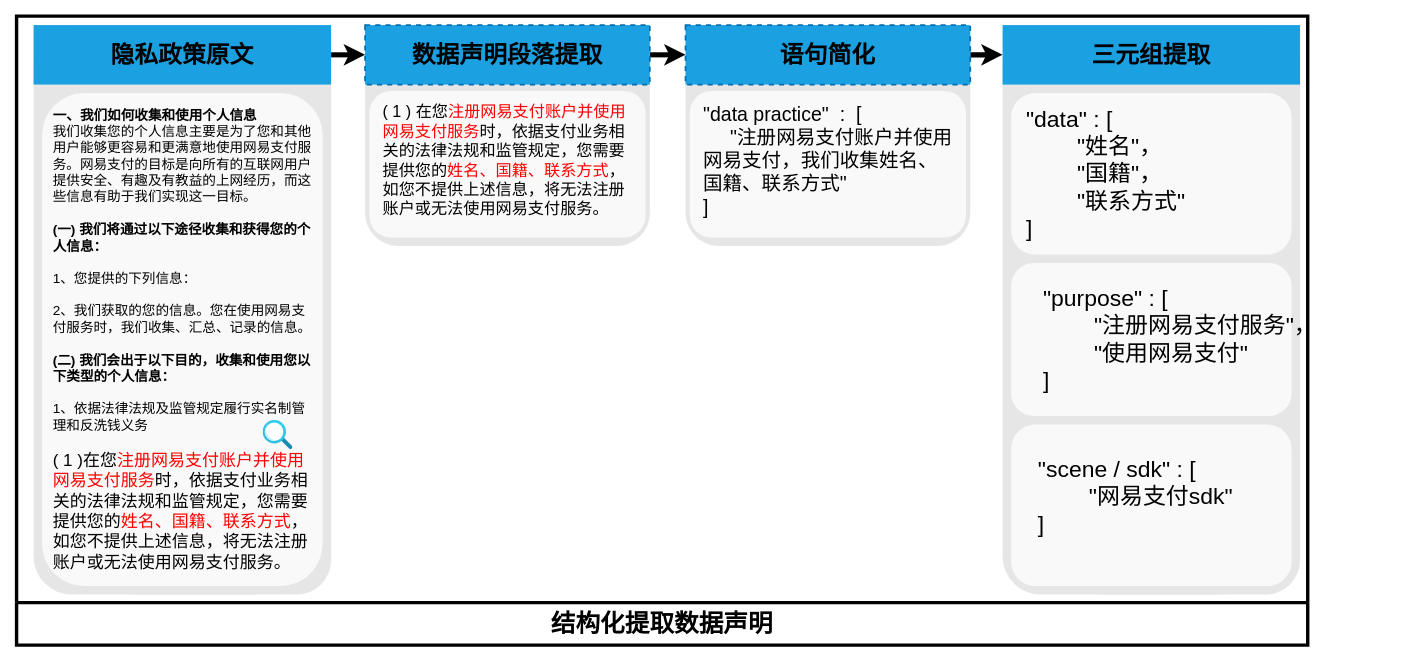
Before: 未命名绘图.drawio in milaLIAN/iodraw-files, a draw.io diagram. Source tidied: cells renumbered, new cells numbered last; positions are measured from the earlier drawing's top-left corner, leaving out a move shared by most shapes. Both pictures are drawn from the tidied source at 85%, with x=0, y=0 at pixel (16, 16).
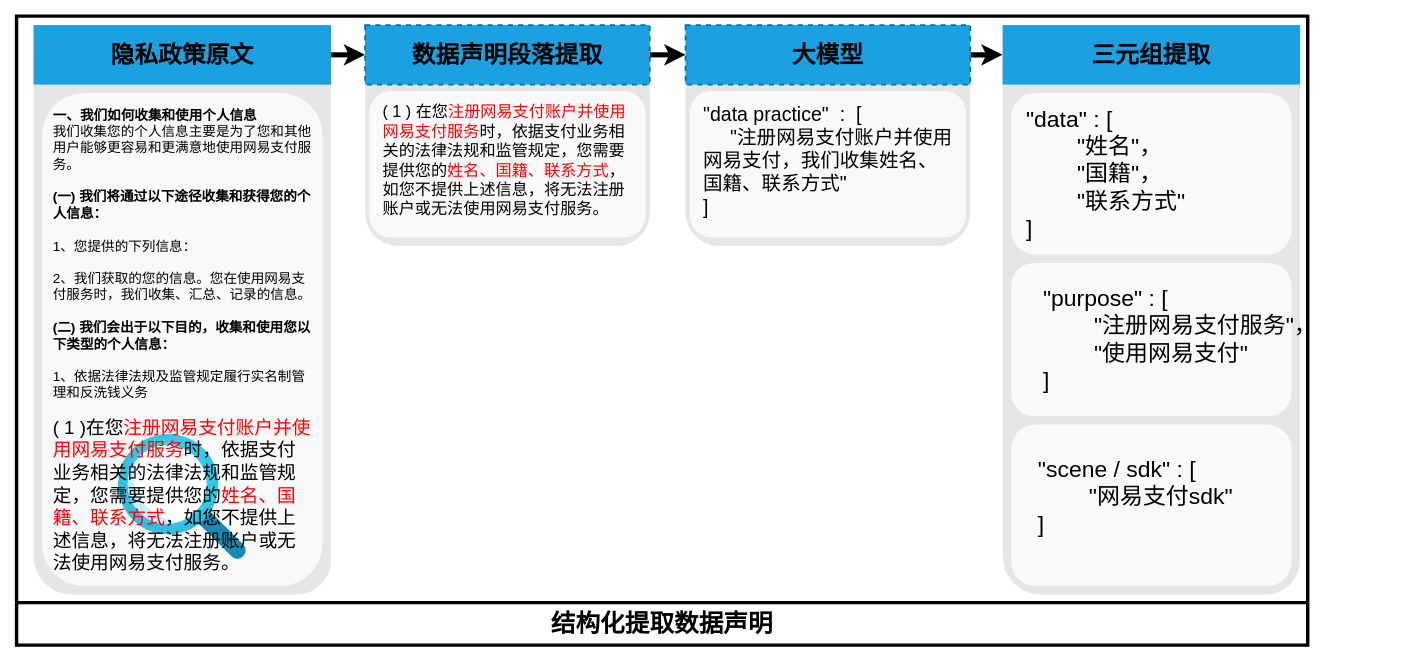
Above is the later version.

Commit message:
更新未命名绘图.drawio

Unchanged cells that the change refers to:
```xml
<mxCell id="27" value="&lt;font style=&quot;font-size: 29px;&quot;&gt;结构化提取数据声明&lt;/font&gt;" style="swimlane;whiteSpace=wrap;html=1;startSize=50;direction=west;strokeWidth=4;" parent="1" vertex="1">
  <mxGeometry y="-0.5" width="1519" height="740" as="geometry" />
</mxCell>
```

The edit, as a diff of the source:
```diff
@@
-    <mxCell id="15" value="&lt;font color=&quot;#000000&quot;&gt;&lt;span style=&quot;font-size: 28px;&quot;&gt;语句简化&lt;/span&gt;&lt;/font&gt;" style="whiteSpace=wrap;html=1;dashed=1;strokeColor=#006EAF;strokeWidth=2;fillColor=#1ba1e2;fontFamily=Helvetica;fontSize=18;fontColor=#ffffff;fontStyle=1;" parent="1" vertex="1">
+    <mxCell id="15" value="&lt;font color=&quot;#000000&quot;&gt;&lt;span style=&quot;font-size: 28px;&quot;&gt;大模型&lt;/span&gt;&lt;/font&gt;" style="whiteSpace=wrap;html=1;dashed=1;strokeColor=#006EAF;strokeWidth=2;fillColor=#1ba1e2;fontFamily=Helvetica;fontSize=18;fontColor=#ffffff;fontStyle=1;" parent="1" vertex="1">
       <mxGeometry x="787" y="10" width="335" height="70" as="geometry" />
     </mxCell>
@@
+    <mxCell id="29" style="image;html=1;align=center;fontSize=12;image=img/lib/azure2/general/Search.svg;direction=north;dashed=1;" parent="27" vertex="1">
+      <mxGeometry x="119.8" y="490.5" width="150.4" height="148.1" as="geometry" />
+    </mxCell>
-    <mxCell id="28" value="&lt;b style=&quot;font-size: 16px;&quot;&gt;&lt;font style=&quot;font-size: 16px;&quot;&gt;一、我们如何收集和使用个人信息&lt;/font&gt;&lt;/b&gt;&lt;br style=&quot;font-size: 16px;&quot;&gt;我们收集您的个人信息主要是为了您和其他用户能够更容易和更满意地使用网易支付服务。网易支付的目标是向所有的互联网用户提供安全、有趣及有教益的上网经历，而这些信息有助于我们实现这一目标。&lt;br style=&quot;font-size: 16px;&quot;&gt;&lt;br style=&quot;font-size: 16px;&quot;&gt;&lt;b style=&quot;font-size: 16px;&quot;&gt;(一) 我们将通过以下途径收集和获得您的个人信息：&lt;/b&gt;&lt;br style=&quot;font-size: 16px;&quot;&gt;&lt;br style=&quot;font-size: 16px;&quot;&gt;1、您提供的下列信息：&lt;br style=&quot;font-size: 16px;&quot;&gt;&lt;br style=&quot;font-size: 16px;&quot;&gt;2、我们获取的您的信息。您在使用网易支付服务时，我们收集、汇总、记录的信息。&lt;br style=&quot;font-size: 16px;&quot;&gt;&lt;br style=&quot;font-size: 16px;&quot;&gt;&lt;b style=&quot;font-size: 16px;&quot;&gt;(二) 我们会出于以下目的，收集和使用您以下类型的个人信息：&lt;/b&gt;&lt;br style=&quot;font-size: 16px;&quot;&gt;&lt;br style=&quot;font-size: 16px;&quot;&gt;1、依据法律法规及监管规定履行实名制管理和反洗钱义务&lt;br style=&quot;font-size: 16px;&quot;&gt;&lt;br style=&quot;font-size: 16px;&quot;&gt;&lt;font style=&quot;font-size: 20px;&quot;&gt;( 1 )在您&lt;font color=&quot;#ff0000&quot; style=&quot;font-size: 20px;&quot;&gt;注册网易支付账户并使用网易支付服务&lt;/font&gt;时，依据支付业务相关的法律法规和监管规定，您需要提供您的&lt;font color=&quot;#ff0000&quot; style=&quot;font-size: 20px;&quot;&gt;姓名、国籍、联系方式&lt;/font&gt;，如您不提供上述信息，将无法注册账户或无法使用网易支付服务。&lt;/font&gt;" style="text;whiteSpace=wrap;html=1;fontSize=16;" parent="27" vertex="1">
+    <mxCell id="28" value="&lt;b style=&quot;font-size: 16px;&quot;&gt;&lt;font style=&quot;font-size: 16px;&quot;&gt;一、我们如何收集和使用个人信息&lt;/font&gt;&lt;/b&gt;&lt;br style=&quot;font-size: 16px;&quot;&gt;我们收集您的个人信息主要是为了您和其他用户能够更容易和更满意地使用网易支付服务。&lt;br style=&quot;font-size: 16px;&quot;&gt;&lt;br style=&quot;font-size: 16px;&quot;&gt;&lt;b style=&quot;font-size: 16px;&quot;&gt;(一) 我们将通过以下途径收集和获得您的个人信息：&lt;/b&gt;&lt;br style=&quot;font-size: 16px;&quot;&gt;&lt;br style=&quot;font-size: 16px;&quot;&gt;1、您提供的下列信息：&lt;br style=&quot;font-size: 16px;&quot;&gt;&lt;br style=&quot;font-size: 16px;&quot;&gt;2、我们获取的您的信息。您在使用网易支付服务时，我们收集、汇总、记录的信息。&lt;br style=&quot;font-size: 16px;&quot;&gt;&lt;br style=&quot;font-size: 16px;&quot;&gt;&lt;b style=&quot;font-size: 16px;&quot;&gt;(二) 我们会出于以下目的，收集和使用您以下类型的个人信息：&lt;/b&gt;&lt;br style=&quot;font-size: 16px;&quot;&gt;&lt;br style=&quot;font-size: 16px;&quot;&gt;1、依据法律法规及监管规定履行实名制管理和反洗钱义务&lt;br style=&quot;font-size: 16px;&quot;&gt;&lt;br style=&quot;font-size: 16px;&quot;&gt;&lt;font style=&quot;font-size: 22px;&quot;&gt;( 1 )在您&lt;font color=&quot;#ff0000&quot; style=&quot;font-size: 22px;&quot;&gt;注册网易支付账户并使用网易支付服务&lt;/font&gt;时，依据支付业务相关的法律法规和监管规定，您需要提供您的&lt;font color=&quot;#ff0000&quot; style=&quot;font-size: 22px;&quot;&gt;姓名、国籍、联系方式&lt;/font&gt;，如您不提供上述信息，将无法注册账户或无法使用网易支付服务。&lt;/font&gt;" style="text;whiteSpace=wrap;html=1;fontSize=16;" parent="27" vertex="1">
       <mxGeometry x="41.2" y="100.5" width="307.5" height="519" as="geometry" />
     </mxCell>
-    <mxCell id="29" style="image;html=1;align=center;fontSize=12;image=img/lib/azure2/general/Search.svg;direction=north;" parent="27" vertex="1">
-      <mxGeometry x="290" y="474.5" width="35" height="34.5" as="geometry" />
-    </mxCell>
```
